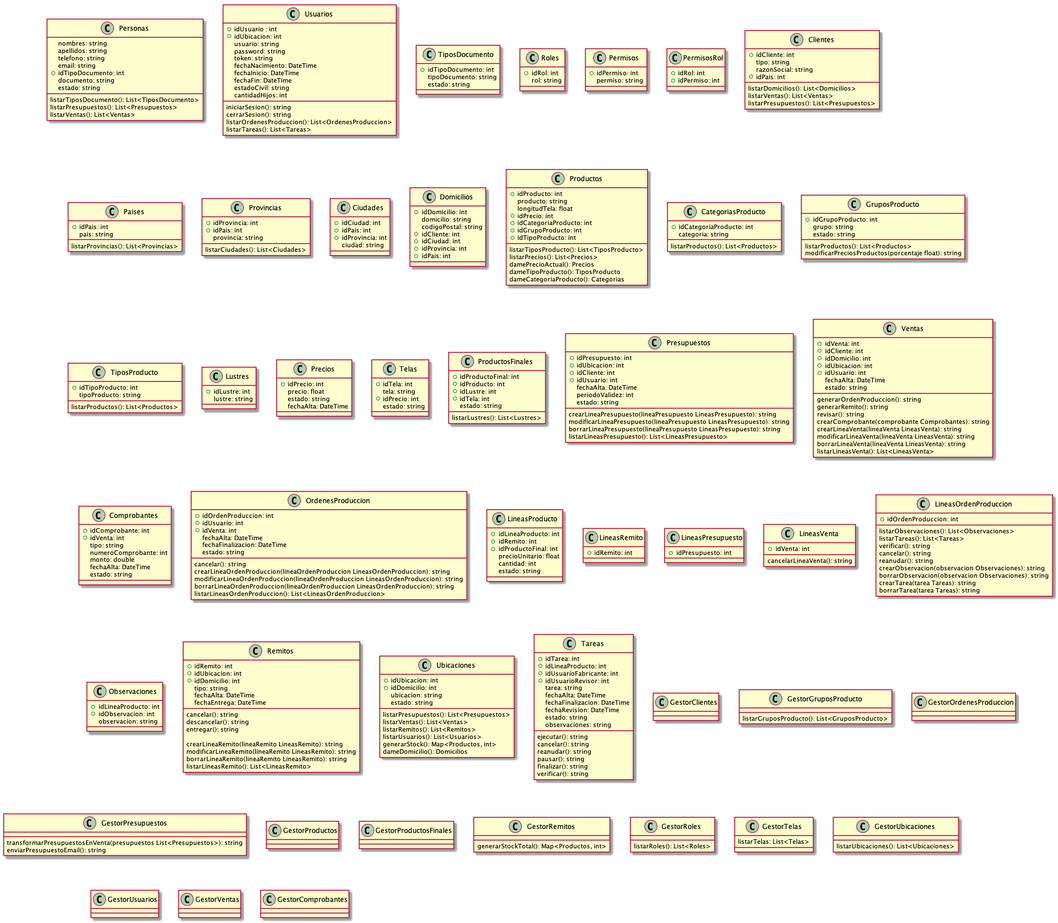
The PlantUML diagram Informe Final/Imagenes/DiagramaClases/Vistas/fichaTecnicaClases.png in ZMGestion/DocumentacionZMGestion, before a commit.
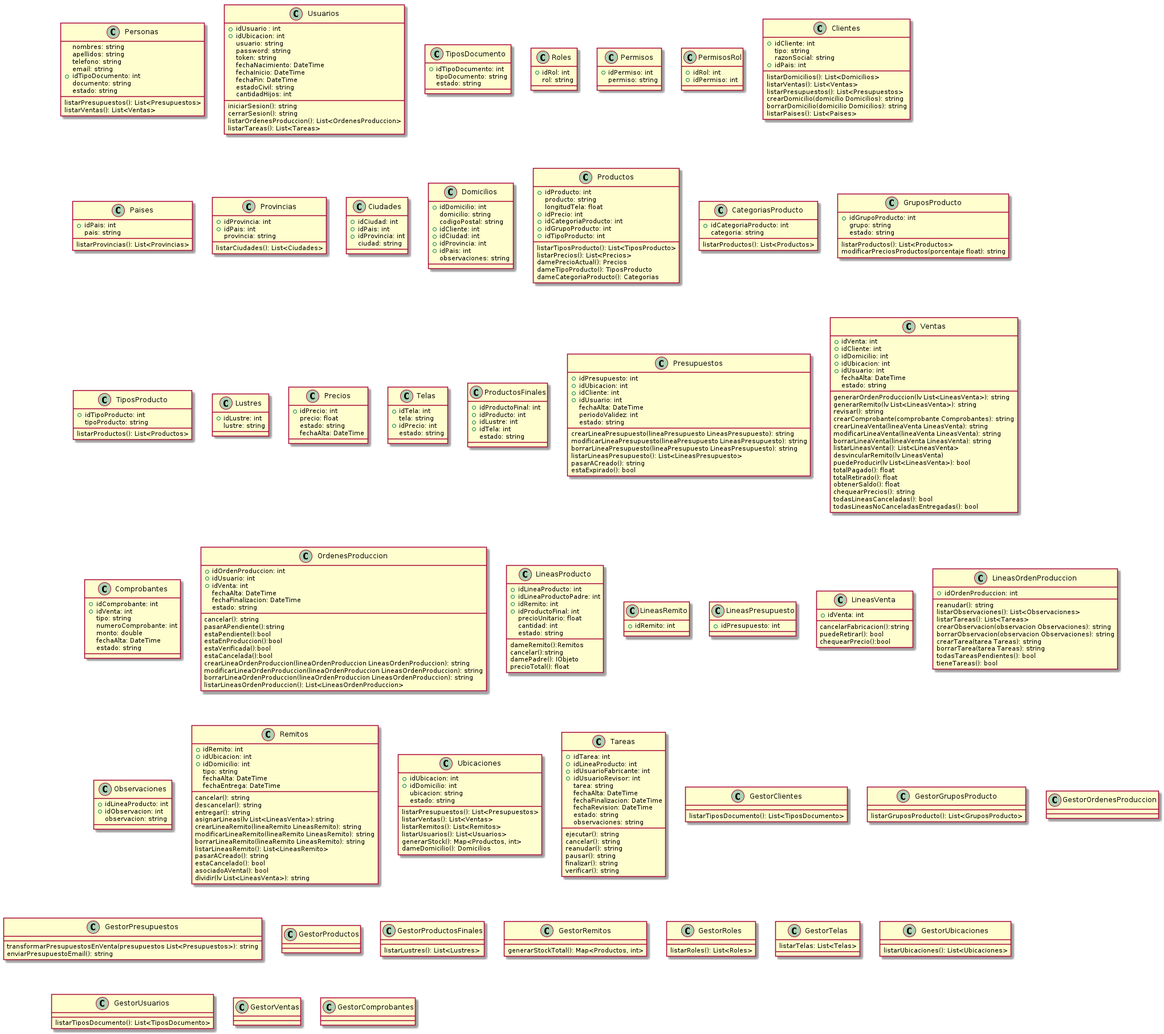
After the commit.

What changed in the source:
```diff
@@ -8,7 +8,7 @@
    documento: string
    estado: string
 
-   listarTiposDocumento(): List<TiposDocumento>
+
    listarPresupuestos(): List<Presupuestos>
    listarVentas(): List<Ventas>
 }
@@ -55,6 +55,10 @@
     listarDomicilios(): List<Domicilios>
     listarVentas(): List<Ventas>
     listarPresupuestos(): List<Presupuestos>
+    crearDomicilio(domicilio Domicilios): string
+    borrarDomicilio(domicilio Domicilios): string
+    listarPaises(): List<Paises>
+
 }
 class Paises{
     +idPais: int
@@ -83,6 +87,9 @@
     +idCiudad: int
     +idProvincia: int
     +idPais: int
+    observaciones: string
+
+
 }
 class Productos{
     +idProducto: int
@@ -142,7 +149,7 @@
     +idTela: int
     estado: string
 
-    listarLustres(): List<Lustres>
+
 }
 class Presupuestos{
     +idPresupuesto: int
@@ -157,6 +164,8 @@
     modificarLineaPresupuesto(lineaPresupuesto LineasPresupuesto): string
     borrarLineaPresupuesto(lineaPresupuesto LineasPresupuesto): string
     listarLineasPresupuesto(): List<LineasPresupuesto>
+    pasarACreado(): string
+    estaExpirado(): bool
 }
 class Ventas{
     +idVenta: int
@@ -167,14 +176,23 @@
     fechaAlta: DateTime
     estado: string
 
-    generarOrdenProduccion(): string
-    generarRemito(): string
+    generarOrdenProduccion(lv List<LineasVenta>): string
+    generarRemito(lv List<LineasVenta>): string
     revisar(): string
     crearComprobante(comprobante Comprobantes): string
     crearLineaVenta(lineaVenta LineasVenta): string
     modificarLineaVenta(lineaVenta LineasVenta): string
     borrarLineaVenta(lineaVenta LineasVenta): string
     listarLineasVenta(): List<LineasVenta>
+    desvincularRemito(lv LineasVenta)
+    puedeProducir(lv List<LineasVenta>): bool
+    totalPagado(): float
+    totalRetirado(): float
+    obtenerSaldo(): float
+    chequearPrecios(): string
+    todasLineasCanceladas(): bool
+    todasLineasNoCanceladasEntregadas(): bool
+
 }
 class Comprobantes{
     +idComprobante: int
@@ -194,21 +212,34 @@
     estado: string
 
     cancelar(): string
+    pasarAPendiente():string
+    estaPendiente():bool
+    estaEnProduccion():bool
+    estaVerificada():bool
+    estaCancelada():bool
     crearLineaOrdenProduccion(lineaOrdenProduccion LineasOrdenProduccion): string
     modificarLineaOrdenProduccion(lineaOrdenProduccion LineasOrdenProduccion): string
     borrarLineaOrdenProduccion(lineaOrdenProduccion LineasOrdenProduccion): string
     listarLineasOrdenProduccion(): List<LineasOrdenProduccion>
+
 }
 class LineasProducto{
     +idLineaProducto: int
+    +idLineaProductoPadre: int
     +idRemito: int
     +idProductoFinal: int
     precioUnitario: float
     cantidad: int
     estado: string
+
+    dameRemito():Remitos
+    cancelar():string
+    damePadre(): IObjeto
+    precioTotal(): float
 }
 class LineasRemito{
     +idRemito: int
+
 }
 class LineasPresupuesto{
     +idPresupuesto: int
@@ -216,20 +247,25 @@
 class LineasVenta{
     +idVenta: int
 
-    cancelarLineaVenta(): string
+    cancelarFabricacion():string
+    puedeRetirar(): bool
+    chequearPrecio():bool
+
+
 }
 class LineasOrdenProduccion{
     +idOrdenProduccion: int
 
+    reanudar(): string
     listarObservaciones(): List<Observaciones>
     listarTareas(): List<Tareas>
-    verificar(): string
-    cancelar(): string
-    reanudar(): string
     crearObservacion(observacion Observaciones): string
     borrarObservacion(observacion Observaciones): string
     crearTarea(tarea Tareas): string
     borrarTarea(tarea Tareas): string
+    todasTareasPendientes(): bool
+    tieneTareas(): bool
+
 }
 class Observaciones{
     +idLineaProducto: int
@@ -247,11 +283,15 @@
     cancelar(): string
     descancelar(): string
     entregar(): string
-
+    asignarLineas(lv List<LineasVenta>):string
     crearLineaRemito(lineaRemito LineasRemito): string
     modificarLineaRemito(lineaRemito LineasRemito): string
     borrarLineaRemito(lineaRemito LineasRemito): string
     listarLineasRemito(): List<LineasRemito>
+    pasarACreado(): string
+    estaCancelado(): bool
+    asociadoAVenta(): bool
+    dividir(lv List<LineasVenta>): string
 }
 class Ubicaciones{
     +idUbicacion: int
@@ -287,6 +327,7 @@
 
 }
 class GestorClientes{
+    listarTiposDocumento(): List<TiposDocumento>
 
 }
 
@@ -308,7 +349,7 @@
 }
 
 class GestorProductosFinales{
-
+    listarLustres(): List<Lustres>
 }
 
 class GestorRemitos{
@@ -328,7 +369,7 @@
 }
 
 class GestorUsuarios{
-
+    listarTiposDocumento(): List<TiposDocumento>
 }
 
 class GestorVentas{
```
